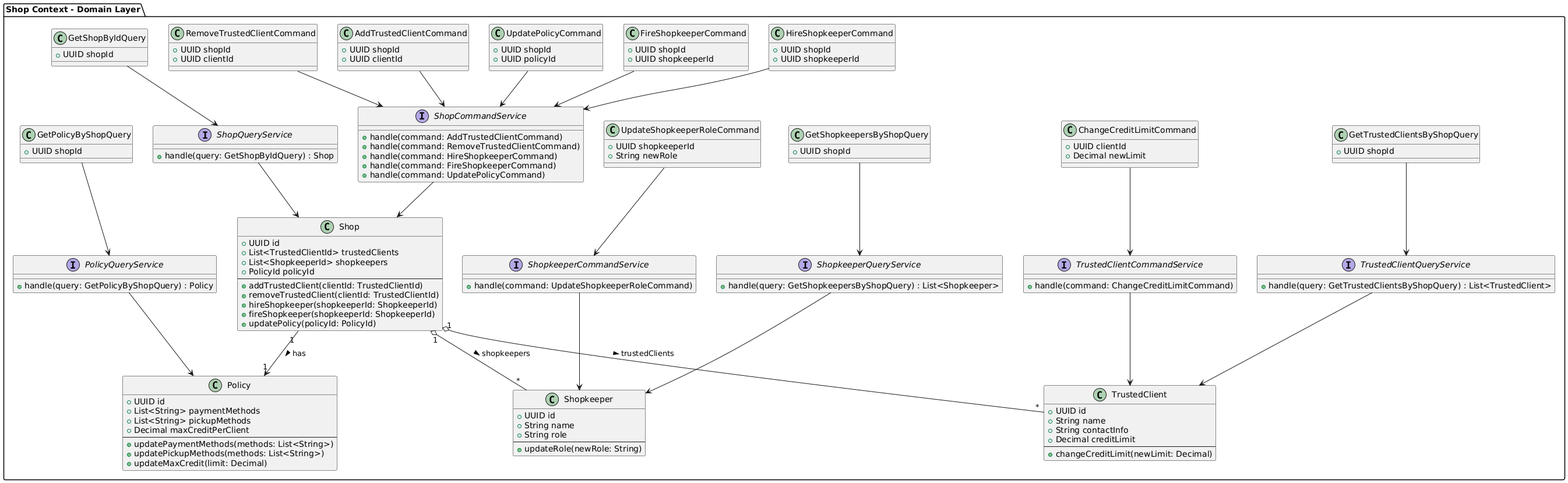
Above: img/tactical-design/shop/class.png in Soulware-Apps-Moviles/report (PlantUML), before the change.
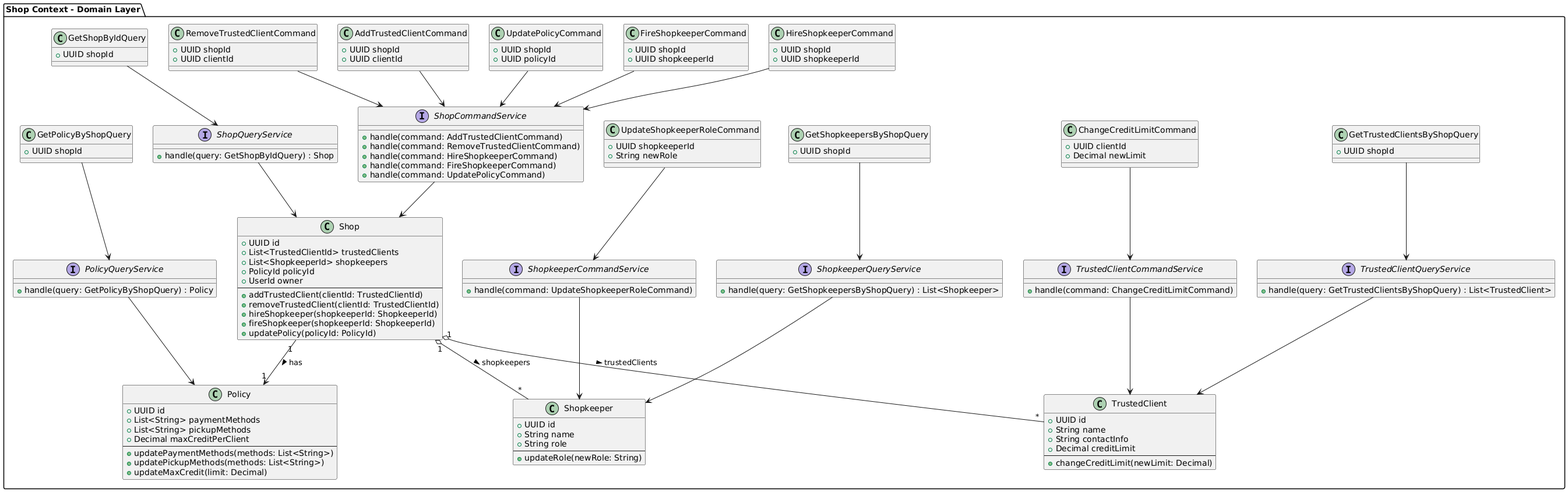
After the change.

What changed in the source:
```diff
@@ -6,6 +6,7 @@
     + List<TrustedClientId> trustedClients
     + List<ShopkeeperId> shopkeepers
     + PolicyId policyId
+    + UserId owner
     --
     + addTrustedClient(clientId: TrustedClientId)
     + removeTrustedClient(clientId: TrustedClientId)
```
